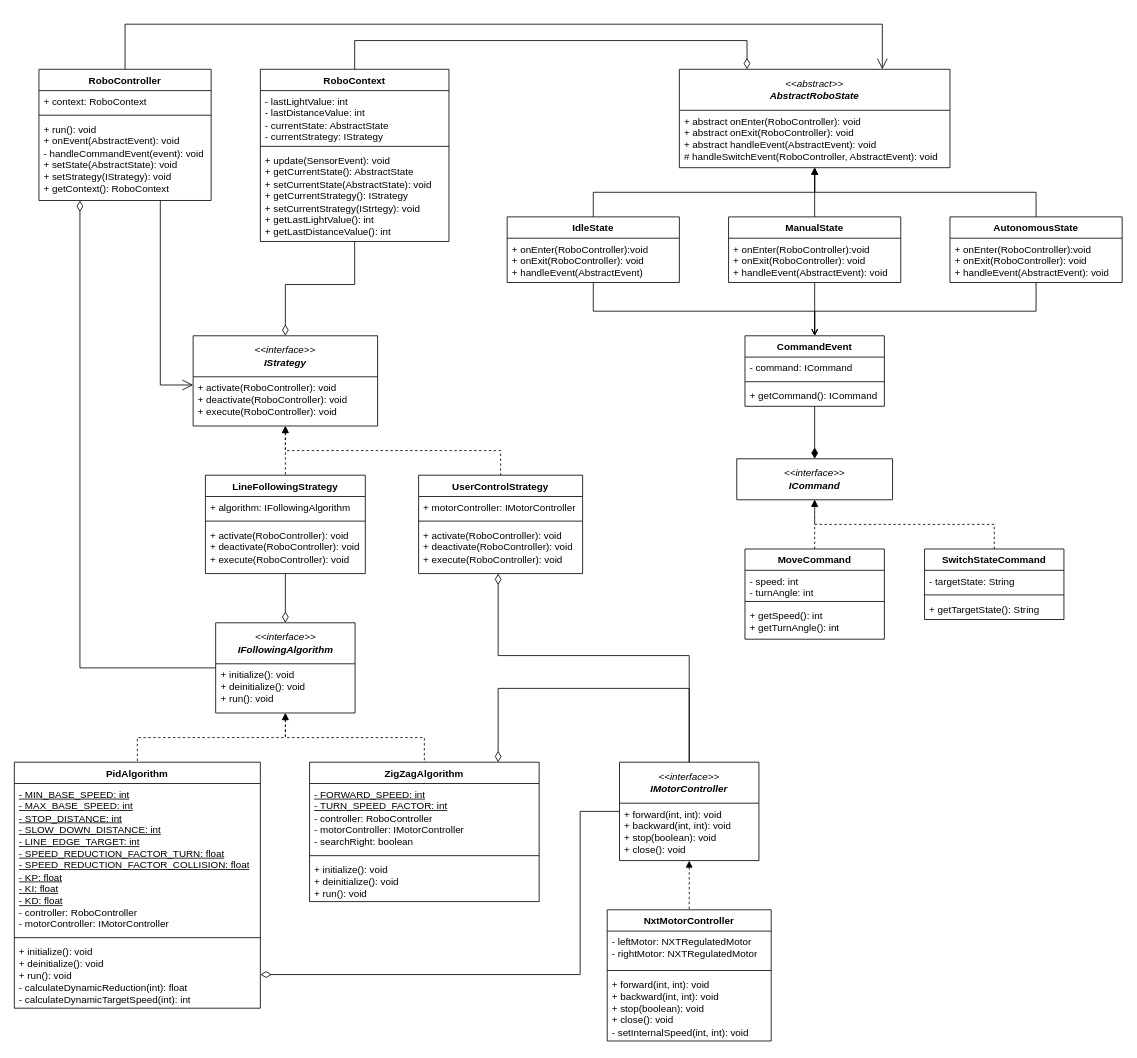
This is assets/diagrams/class-diagram/states-class-diagram.drawio.xml from fh-dualies/lejos-nxj-autonomous-robot, a draw.io file, before an edit. Source tidied: cells renumbered, new cells numbered last; positions are measured from the earlier drawing's top-left corner, leaving out a move shared by most shapes. Both pictures are drawn from the tidied source at 82%, with x=0, y=0 at pixel (14, 24).
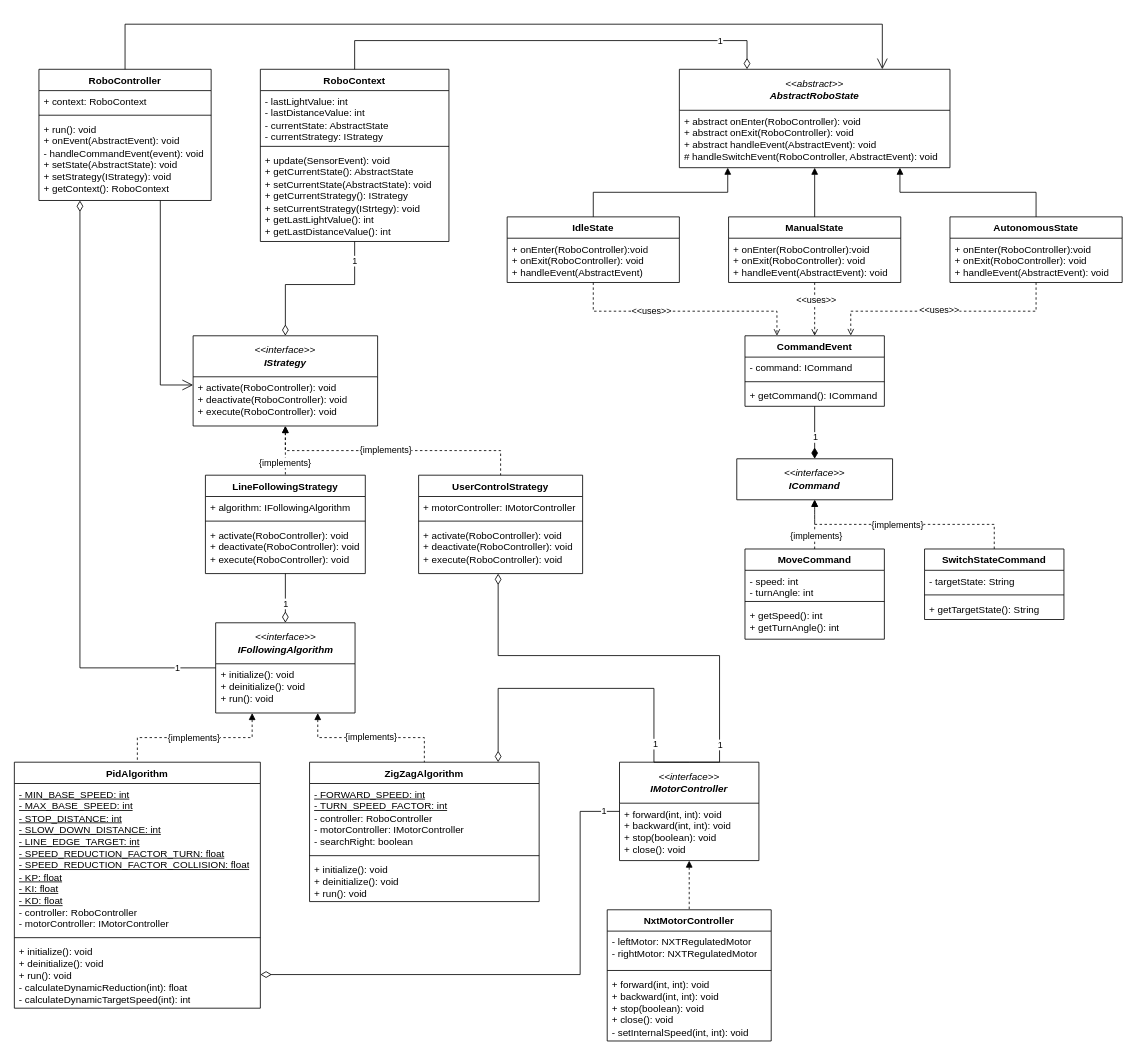
The same page after the edit.

Unchanged cells that the change refers to:
```xml
<mxCell id="2" style="edgeStyle=orthogonalEdgeStyle;rounded=0;jettySize=auto;html=1;entryX=0.5;entryY=0;entryDx=0;entryDy=0;endArrow=none;startFill=1;startArrow=block;dashed=1;" parent="1" edge="1" source="4" target="15">
  <mxGeometry relative="1" as="geometry" />
</mxCell>
<mxCell id="3" style="edgeStyle=orthogonalEdgeStyle;rounded=0;jettySize=auto;html=1;entryX=0.5;entryY=0;entryDx=0;entryDy=0;endArrow=none;startFill=1;startArrow=block;dashed=1;" parent="1" edge="1" source="4" target="70">
  <mxGeometry relative="1" as="geometry">
    <Array as="points">
      <mxPoint x="331" y="520" />
      <mxPoint x="593" y="520" />
    </Array>
  </mxGeometry>
</mxCell>
<mxCell id="9" value="&lt;div&gt;&lt;i style=&quot;font-weight: normal;&quot;&gt;&amp;lt;&amp;lt;abstract&amp;gt;&amp;gt;&lt;/i&gt;&lt;/div&gt;&lt;i&gt;AbstractRoboState&lt;/i&gt;" style="swimlane;fontStyle=1;align=center;verticalAlign=middle;horizontal=1;startSize=50;whiteSpace=wrap;html=1;fillColor=none;" parent="1" vertex="1">
  <mxGeometry x="811" y="55" width="330" height="120" as="geometry" />
</mxCell>
<mxCell id="12" value="IdleState" style="swimlane;fontStyle=1;align=center;verticalAlign=top;horizontal=1;startSize=26;whiteSpace=wrap;html=1;fillColor=none;" parent="1" vertex="1">
  <mxGeometry x="601" y="235" width="210" height="80" as="geometry" />
</mxCell>
<mxCell id="14" style="edgeStyle=orthogonalEdgeStyle;rounded=0;jettySize=auto;html=1;endArrow=diamondThin;endFill=0;endSize=11;startSize=11;" parent="1" edge="1" source="15" target="21">
  <mxGeometry relative="1" as="geometry" />
</mxCell>
<mxCell id="21" value="&lt;div&gt;&lt;i style=&quot;font-weight: normal;&quot;&gt;&amp;lt;&amp;lt;interface&amp;gt;&amp;gt;&lt;/i&gt;&lt;/div&gt;&lt;i&gt;IFollowingAlgorithm&lt;/i&gt;" style="swimlane;fontStyle=1;align=center;verticalAlign=middle;horizontal=1;startSize=50;whiteSpace=wrap;html=1;fillColor=none;" parent="1" vertex="1">
  <mxGeometry x="245.5" y="730" width="170" height="110" as="geometry" />
</mxCell>
<mxCell id="23" value="PidAlgorithm" style="swimlane;fontStyle=1;align=center;verticalAlign=top;horizontal=1;startSize=26;whiteSpace=wrap;html=1;fillColor=none;" parent="1" vertex="1">
  <mxGeometry y="900" width="300" height="300" as="geometry" />
</mxCell>
<mxCell id="26" value="+ initialize(): void&lt;div&gt;+&amp;nbsp;deinitialize(): void&lt;/div&gt;&lt;div&gt;+ run(): void&lt;/div&gt;&lt;div&gt;-&amp;nbsp;calculateDynamicReduction(int): float&lt;/div&gt;&lt;div&gt;-&amp;nbsp;calculateDynamicTargetSpeed(int): int&lt;/div&gt;" style="text;strokeColor=none;fillColor=none;align=left;verticalAlign=top;spacingLeft=4;spacingRight=4;overflow=hidden;points=[[0,0.5],[1,0.5]];portConstraint=eastwest;whiteSpace=wrap;html=1;" parent="23" vertex="1">
  <mxGeometry y="218" width="300" height="82" as="geometry" />
</mxCell>
<mxCell id="28" value="ZigZagAlgorithm" style="swimlane;fontStyle=1;align=center;verticalAlign=top;horizontal=1;startSize=26;whiteSpace=wrap;html=1;fillColor=none;" parent="1" vertex="1">
  <mxGeometry x="360" y="900" width="280" height="170" as="geometry" />
</mxCell>
<mxCell id="32" style="edgeStyle=orthogonalEdgeStyle;rounded=0;jettySize=auto;html=1;entryX=0;entryY=0.5;entryDx=0;entryDy=0;endArrow=none;startFill=0;startArrow=diamondThin;startSize=11;endSize=11;endFill=0;" parent="1" edge="1" source="34" target="21">
  <mxGeometry relative="1" as="geometry">
    <Array as="points">
      <mxPoint x="80" y="785" />
    </Array>
  </mxGeometry>
</mxCell>
<mxCell id="38" style="edgeStyle=orthogonalEdgeStyle;rounded=0;jettySize=auto;html=1;entryX=0.25;entryY=0;entryDx=0;entryDy=0;endArrow=diamondThin;endFill=0;endSize=11;startSize=11;" parent="1" edge="1" source="40" target="9">
  <mxGeometry relative="1" as="geometry">
    <Array as="points">
      <mxPoint x="415" y="20" />
      <mxPoint x="893" y="20" />
    </Array>
  </mxGeometry>
</mxCell>
<mxCell id="39" style="edgeStyle=orthogonalEdgeStyle;rounded=0;jettySize=auto;html=1;entryX=0.5;entryY=0;entryDx=0;entryDy=0;endArrow=diamondThin;endFill=0;endSize=11;startSize=11;" parent="1" edge="1" source="40" target="4">
  <mxGeometry relative="1" as="geometry" />
</mxCell>
<mxCell id="44" style="edgeStyle=orthogonalEdgeStyle;rounded=0;jettySize=auto;html=1;entryX=0.5;entryY=1;entryDx=0;entryDy=0;dashed=1;endArrow=block;endFill=1;" parent="1" edge="1" source="45" target="49">
  <mxGeometry relative="1" as="geometry" />
</mxCell>
<mxCell id="50" style="edgeStyle=orthogonalEdgeStyle;rounded=0;jettySize=auto;html=1;entryX=0.5;entryY=1;entryDx=0;entryDy=0;dashed=1;endArrow=block;endFill=1;" parent="1" edge="1" source="51" target="49">
  <mxGeometry relative="1" as="geometry">
    <Array as="points">
      <mxPoint x="1195" y="610" />
      <mxPoint x="976" y="610" />
    </Array>
  </mxGeometry>
</mxCell>
<mxCell id="57" value="&lt;div&gt;&lt;i style=&quot;font-weight: normal;&quot;&gt;&amp;lt;&amp;lt;interface&amp;gt;&amp;gt;&lt;/i&gt;&lt;/div&gt;&lt;i&gt;IMotorController&lt;/i&gt;" style="swimlane;fontStyle=1;align=center;verticalAlign=middle;horizontal=1;startSize=50;whiteSpace=wrap;html=1;fillColor=none;" parent="1" vertex="1">
  <mxGeometry x="738" y="900" width="170" height="120" as="geometry" />
</mxCell>
<mxCell id="64" value="ManualState" style="swimlane;fontStyle=1;align=center;verticalAlign=top;horizontal=1;startSize=26;whiteSpace=wrap;html=1;fillColor=none;" parent="1" vertex="1">
  <mxGeometry x="871" y="235" width="210" height="80" as="geometry" />
</mxCell>
<mxCell id="67" value="AutonomousState" style="swimlane;fontStyle=1;align=center;verticalAlign=top;horizontal=1;startSize=26;whiteSpace=wrap;html=1;fillColor=none;" parent="1" vertex="1">
  <mxGeometry x="1141" y="235" width="210" height="80" as="geometry" />
</mxCell>
<mxCell id="70" value="UserControlStrategy" style="swimlane;fontStyle=1;align=center;verticalAlign=top;horizontal=1;startSize=26;whiteSpace=wrap;html=1;fillColor=none;" parent="1" vertex="1">
  <mxGeometry x="493" y="550" width="200" height="120" as="geometry" />
</mxCell>
<mxCell id="74" style="edgeStyle=orthogonalEdgeStyle;rounded=0;jettySize=auto;html=1;endArrow=diamondThin;endFill=1;endSize=11;startSize=11;" parent="1" edge="1" source="75" target="49">
  <mxGeometry relative="1" as="geometry" />
</mxCell>
<mxCell id="75" value="CommandEvent" style="swimlane;fontStyle=1;align=center;verticalAlign=top;horizontal=1;startSize=26;whiteSpace=wrap;html=1;fillColor=none;" parent="1" vertex="1">
  <mxGeometry x="891" y="380" width="170" height="86" as="geometry" />
</mxCell>
```

Diff of the diagram source:
```diff
@@
+    <mxCell id="80" value="{implements}" style="edgeLabel;html=1;align=center;verticalAlign=middle;" parent="2" vertex="1">
+      <mxGeometry x="0.45" y="-1" relative="1" as="geometry" />
+    </mxCell>
@@
+    <mxCell id="81" value="{implements}" style="edgeLabel;html=1;align=center;verticalAlign=middle;" parent="3" vertex="1">
+      <mxGeometry x="-0.06" y="1" relative="1" as="geometry" />
+    </mxCell>
@@
     <mxCell id="7" style="edgeStyle=orthogonalEdgeStyle;rounded=0;jettySize=auto;html=1;endArrow=none;startFill=1;startArrow=block;" parent="1" edge="1" source="9" target="67">
-      <mxGeometry relative="1" as="geometry" />
+      <mxGeometry relative="1" as="geometry">
+        <Array as="points">
+          <mxPoint x="1080" y="205" />
+          <mxPoint x="1246" y="205" />
+        </Array>
+      </mxGeometry>
     </mxCell>
     <mxCell id="8" style="edgeStyle=orthogonalEdgeStyle;rounded=0;jettySize=auto;html=1;entryX=0.5;entryY=0;entryDx=0;entryDy=0;endArrow=none;startFill=1;startArrow=block;" parent="1" edge="1" source="9" target="12">
-      <mxGeometry relative="1" as="geometry" />
+      <mxGeometry relative="1" as="geometry">
+        <Array as="points">
+          <mxPoint x="870" y="205" />
+          <mxPoint x="706" y="205" />
+        </Array>
+      </mxGeometry>
     </mxCell>
@@
-    <mxCell id="11" style="edgeStyle=orthogonalEdgeStyle;rounded=0;jettySize=auto;html=1;endArrow=open;endFill=0;" parent="1" edge="1" source="12" target="75">
+    <mxCell id="11" style="edgeStyle=orthogonalEdgeStyle;rounded=0;jettySize=auto;html=1;endArrow=open;endFill=0;dashed=1;" parent="1" edge="1" source="12" target="75">
       <mxGeometry relative="1" as="geometry">
         <Array as="points">
           <mxPoint x="706" y="350" />
-          <mxPoint x="976" y="350" />
+          <mxPoint x="930" y="350" />
         </Array>
       </mxGeometry>
     </mxCell>
+    <mxCell id="82" value="&amp;lt;&amp;lt;uses&amp;gt;&amp;gt;" style="edgeLabel;html=1;align=center;verticalAlign=middle;" parent="11" vertex="1">
+      <mxGeometry x="-0.27" y="1" relative="1" as="geometry" />
+    </mxCell>
@@
+    <mxCell id="83" value="1" style="edgeLabel;html=1;align=center;verticalAlign=middle;" parent="14" vertex="1">
+      <mxGeometry x="0.21" relative="1" as="geometry" />
+    </mxCell>
@@
     <mxCell id="19" style="edgeStyle=orthogonalEdgeStyle;rounded=0;jettySize=auto;html=1;endArrow=none;startFill=1;startArrow=block;dashed=1;" parent="1" edge="1" source="21" target="23">
-      <mxGeometry relative="1" as="geometry" />
+      <mxGeometry relative="1" as="geometry">
+        <Array as="points">
+          <mxPoint x="290" y="870" />
+          <mxPoint x="150" y="870" />
+        </Array>
+      </mxGeometry>
     </mxCell>
+    <mxCell id="84" value="{implements}" style="edgeLabel;html=1;align=center;verticalAlign=middle;" parent="19" vertex="1">
+      <mxGeometry x="0.05" relative="1" as="geometry">
+        <mxPoint x="3" as="offset" />
+      </mxGeometry>
+    </mxCell>
-    <mxCell id="20" style="edgeStyle=orthogonalEdgeStyle;rounded=0;jettySize=auto;html=1;endArrow=none;startFill=1;startArrow=block;dashed=1;" parent="1" edge="1" source="21" target="28">
-      <mxGeometry relative="1" as="geometry" />
+    <mxCell id="20" value="{implements}" style="edgeStyle=orthogonalEdgeStyle;rounded=0;jettySize=auto;html=1;endArrow=none;startFill=1;startArrow=block;dashed=1;" parent="1" edge="1" source="21" target="28">
+      <mxGeometry relative="1" as="geometry">
+        <Array as="points">
+          <mxPoint x="370" y="870" />
+          <mxPoint x="500" y="870" />
+        </Array>
+      </mxGeometry>
     </mxCell>
@@
     <mxCell id="27" style="edgeStyle=orthogonalEdgeStyle;rounded=0;jettySize=auto;html=1;entryX=0.5;entryY=0;entryDx=0;entryDy=0;endArrow=none;startFill=0;startArrow=diamondThin;startSize=11;endSize=11;" parent="1" edge="1" source="28" target="57">
       <mxGeometry relative="1" as="geometry">
         <Array as="points">
           <mxPoint x="590" y="810" />
-          <mxPoint x="823" y="810" />
+          <mxPoint x="780" y="810" />
+          <mxPoint x="780" y="900" />
         </Array>
       </mxGeometry>
     </mxCell>
+    <mxCell id="85" value="1" style="edgeLabel;html=1;align=center;verticalAlign=middle;" parent="27" vertex="1">
+      <mxGeometry x="0.68" y="1" relative="1" as="geometry" />
+    </mxCell>
@@
+    <mxCell id="86" value="1" style="edgeLabel;html=1;align=center;verticalAlign=middle;" parent="32" vertex="1">
+      <mxGeometry x="0.87" y="1" relative="1" as="geometry" />
+    </mxCell>
@@
+    <mxCell id="87" value="1" style="edgeLabel;html=1;align=center;verticalAlign=middle;" parent="38" vertex="1">
+      <mxGeometry x="0.75" relative="1" as="geometry" />
+    </mxCell>
@@
+    <mxCell id="88" value="1" style="edgeLabel;html=1;align=center;verticalAlign=middle;" parent="39" vertex="1">
+      <mxGeometry x="-0.77" y="-1" relative="1" as="geometry" />
+    </mxCell>
@@
+    <mxCell id="89" value="{implements}" style="edgeLabel;html=1;align=center;verticalAlign=middle;" parent="44" vertex="1">
+      <mxGeometry x="-0.45" y="-1" relative="1" as="geometry" />
+    </mxCell>
@@
+    <mxCell id="90" value="{implements}" style="edgeLabel;html=1;align=center;verticalAlign=middle;" parent="50" vertex="1">
+      <mxGeometry x="0.07" relative="1" as="geometry" />
+    </mxCell>
@@
-    <mxCell id="56" style="edgeStyle=orthogonalEdgeStyle;rounded=0;jettySize=auto;html=1;entryX=1;entryY=0.5;entryDx=0;entryDy=0;endArrow=diamondThin;endFill=0;endSize=11;startSize=11;" parent="1" edge="1" source="57" target="26">
-      <mxGeometry relative="1" as="geometry">
+    <mxCell id="56" value="1" style="edgeStyle=orthogonalEdgeStyle;rounded=0;jettySize=auto;html=1;entryX=1;entryY=0.5;entryDx=0;entryDy=0;endArrow=diamondThin;endFill=0;endSize=11;startSize=11;" parent="1" edge="1" source="57" target="26">
+      <mxGeometry x="-0.94" relative="1" as="geometry">
         <Array as="points">
           <mxPoint x="690" y="960" />
           <mxPoint x="690" y="1159" />
         </Array>
       </mxGeometry>
     </mxCell>
@@
-    <mxCell id="63" style="edgeStyle=orthogonalEdgeStyle;rounded=0;jettySize=auto;html=1;entryX=0.5;entryY=0;entryDx=0;entryDy=0;endArrow=open;endFill=0;" parent="1" edge="1" source="64" target="75">
-      <mxGeometry relative="1" as="geometry" />
+    <mxCell id="63" style="edgeStyle=orthogonalEdgeStyle;rounded=0;jettySize=auto;html=1;endArrow=open;endFill=0;dashed=1;" parent="1" edge="1" source="64">
+      <mxGeometry relative="1" as="geometry">
+        <mxPoint x="976" y="380" as="targetPoint" />
+      </mxGeometry>
     </mxCell>
+    <mxCell id="91" value="&amp;lt;&amp;lt;uses&amp;gt;&amp;gt;" style="edgeLabel;html=1;align=center;verticalAlign=middle;" parent="63" vertex="1">
+      <mxGeometry x="-0.36" y="1" relative="1" as="geometry" />
+    </mxCell>
@@
-    <mxCell id="66" style="edgeStyle=orthogonalEdgeStyle;rounded=0;jettySize=auto;html=1;entryX=0.5;entryY=0;entryDx=0;entryDy=0;endArrow=open;endFill=0;" parent="1" edge="1" source="67" target="75">
+    <mxCell id="66" style="edgeStyle=orthogonalEdgeStyle;rounded=0;jettySize=auto;html=1;entryX=0.759;entryY=-0.003;entryDx=0;entryDy=0;endArrow=open;endFill=0;entryPerimeter=0;dashed=1;" parent="1" edge="1" source="67" target="75">
       <mxGeometry relative="1" as="geometry">
         <Array as="points">
           <mxPoint x="1246" y="350" />
-          <mxPoint x="976" y="350" />
+          <mxPoint x="1020" y="350" />
         </Array>
       </mxGeometry>
     </mxCell>
+    <mxCell id="92" value="&amp;lt;&amp;lt;uses&amp;gt;&amp;gt;" style="edgeLabel;html=1;align=center;verticalAlign=middle;" parent="66" vertex="1">
+      <mxGeometry x="0.06" y="-2" relative="1" as="geometry" />
+    </mxCell>
@@
     <mxCell id="69" style="edgeStyle=orthogonalEdgeStyle;rounded=0;jettySize=auto;html=1;entryX=0.5;entryY=0;entryDx=0;entryDy=0;endArrow=none;startFill=0;startArrow=diamondThin;endSize=11;startSize=11;" parent="1" edge="1" source="70" target="57">
       <mxGeometry relative="1" as="geometry">
         <Array as="points">
           <mxPoint x="590" y="770" />
-          <mxPoint x="823" y="770" />
+          <mxPoint x="860" y="770" />
+          <mxPoint x="860" y="900" />
         </Array>
       </mxGeometry>
     </mxCell>
+    <mxCell id="93" value="1" style="edgeLabel;html=1;align=center;verticalAlign=middle;" parent="69" vertex="1">
+      <mxGeometry x="0.78" relative="1" as="geometry" />
+    </mxCell>
@@
+    <mxCell id="94" value="1" style="edgeLabel;html=1;align=center;verticalAlign=middle;" parent="74" vertex="1">
+      <mxGeometry x="0.17" relative="1" as="geometry" />
+    </mxCell>
```
